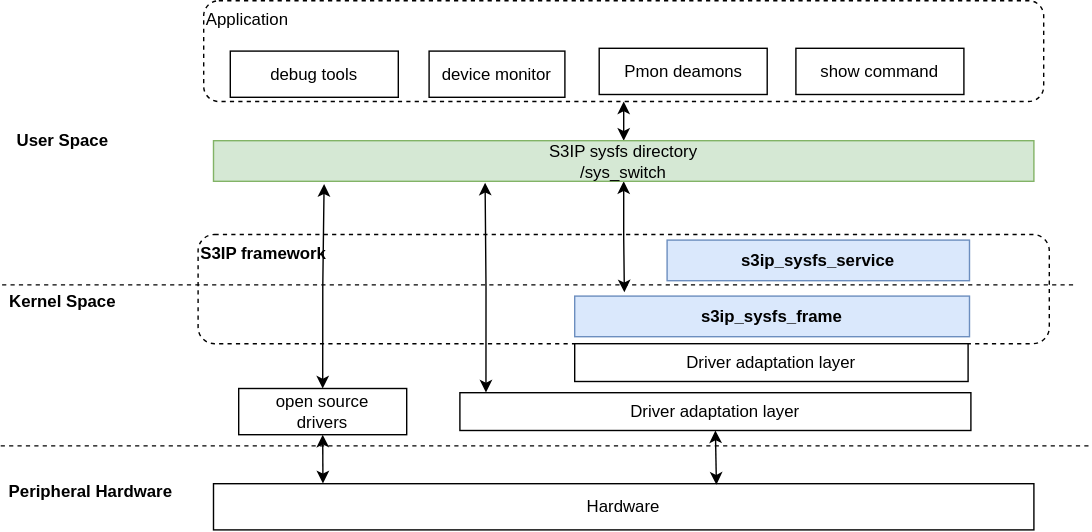
Above: images/s3ip_sysfs/s3ip_sysfs_framework_scenario.svg in sonic-net/SONiC (draw.io), before the change. Source tidied: cells renumbered, new cells last; positions are measured from the earlier drawing's top-left corner, leaving out a move shared by most shapes.
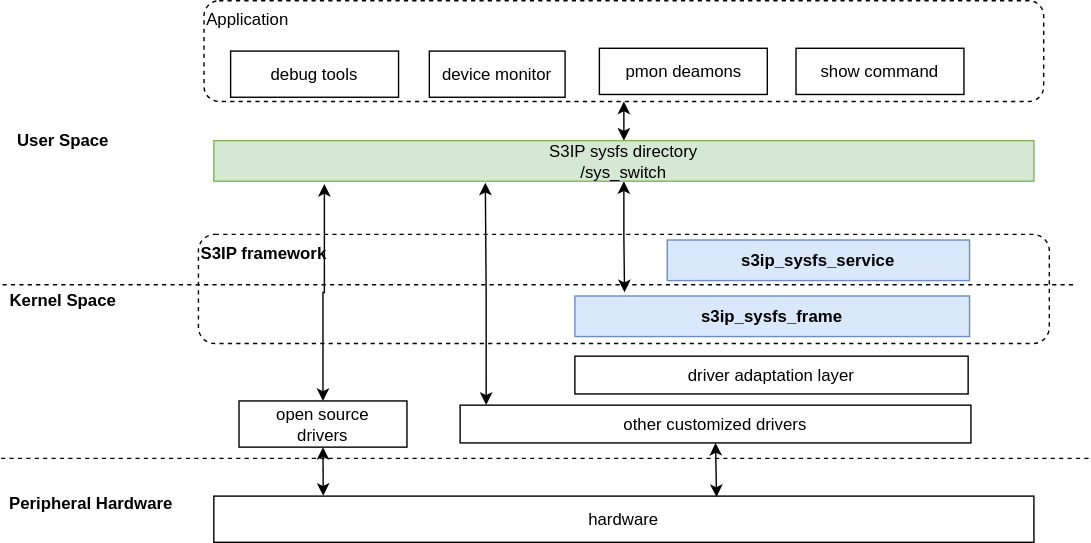
After the change.

Diff of the diagram source:
```diff
@@ -17,7 +17,7 @@
     <mxCell id="6" value="device monitor" style="rounded=0;whiteSpace=wrap;html=1;" parent="1" vertex="1">
       <mxGeometry x="306" y="36" width="97" height="33" as="geometry" />
     </mxCell>
-    <mxCell id="7" value="Pmon&amp;nbsp;deamons" style="rounded=0;whiteSpace=wrap;html=1;" parent="1" vertex="1">
+    <mxCell id="7" value="pmon&amp;nbsp;deamons" style="rounded=0;whiteSpace=wrap;html=1;" parent="1" vertex="1">
       <mxGeometry x="427.5" y="34" width="120" height="33" as="geometry" />
     </mxCell>
     <mxCell id="8" value="show&amp;nbsp;command" style="rounded=0;whiteSpace=wrap;html=1;" parent="1" vertex="1">
@@ -37,12 +37,12 @@
     </mxCell>
     <mxCell id="12" style="endArrow=none;dashed=1;html=1;rounded=0;" parent="1" edge="1">
       <mxGeometry relative="1" as="geometry">
-        <mxPoint y="318" as="sourcePoint" />
-        <mxPoint x="777" y="318" as="targetPoint" />
+        <mxPoint y="327" as="sourcePoint" />
+        <mxPoint x="777" y="327" as="targetPoint" />
       </mxGeometry>
     </mxCell>
     <mxCell id="13" value="Peripheral Hardware" style="text;html=1;align=center;verticalAlign=middle;strokeColor=none;fillColor=none;fontStyle=1;" parent="1" vertex="1">
-      <mxGeometry y="342" width="127" height="18" as="geometry" />
+      <mxGeometry y="351" width="127" height="18" as="geometry" />
     </mxCell>
     <mxCell id="14" value="s3ip_sysfs_frame" style="rounded=0;whiteSpace=wrap;html=1;fillColor=#dae8fc;strokeColor=#6c8ebf;fontStyle=1;" parent="1" vertex="1">
       <mxGeometry x="410" y="211" width="282" height="29" as="geometry" />
@@ -54,14 +54,14 @@
     </mxCell>
     <mxCell id="16" style="edgeStyle=orthogonalEdgeStyle;rounded=0;jettySize=auto;html=1;exitX=0.5;exitY=1;exitDx=0;exitDy=0;startArrow=classic;startFill=1;" parent="1" edge="1" source="17">
       <mxGeometry relative="1" as="geometry">
-        <mxPoint x="230.2" y="344.8" as="targetPoint" />
+        <mxPoint x="230.2" y="353.8" as="targetPoint" />
       </mxGeometry>
     </mxCell>
     <mxCell id="17" value="open source&lt;br&gt;drivers" style="rounded=0;whiteSpace=wrap;html=1;" parent="1" vertex="1">
-      <mxGeometry x="170" y="277" width="120" height="33" as="geometry" />
+      <mxGeometry x="170" y="286" width="120" height="33" as="geometry" />
     </mxCell>
-    <mxCell id="18" value="Driver adaptation layer" style="rounded=0;whiteSpace=wrap;html=1;" parent="1" vertex="1">
-      <mxGeometry x="410" y="245" width="281" height="27" as="geometry" />
+    <mxCell id="18" value="driver adaptation layer" style="rounded=0;whiteSpace=wrap;html=1;" parent="1" vertex="1">
+      <mxGeometry x="410" y="254" width="281" height="27" as="geometry" />
     </mxCell>
     <mxCell id="19" style="edgeStyle=orthogonalEdgeStyle;rounded=0;jettySize=auto;html=1;exitX=0.5;exitY=1;exitDx=0;exitDy=0;startArrow=classic;startFill=1;" parent="1" edge="1" source="20">
       <mxGeometry relative="1" as="geometry">
@@ -74,8 +74,8 @@
     <mxCell id="21" value="s3ip_sysfs_service" style="rounded=0;whiteSpace=wrap;html=1;fillColor=#dae8fc;strokeColor=#6c8ebf;fontStyle=1;" parent="1" vertex="1">
       <mxGeometry x="476" y="171" width="216" height="29" as="geometry" />
     </mxCell>
-    <mxCell id="22" value="Hardware" style="rounded=0;whiteSpace=wrap;html=1;" parent="1" vertex="1">
-      <mxGeometry x="152" y="345" width="586" height="33" as="geometry" />
+    <mxCell id="22" value="hardware" style="rounded=0;whiteSpace=wrap;html=1;" parent="1" vertex="1">
+      <mxGeometry x="152" y="354" width="586" height="33" as="geometry" />
     </mxCell>
     <mxCell id="23" style="edgeStyle=orthogonalEdgeStyle;rounded=0;jettySize=auto;html=1;exitX=0.5;exitY=1;exitDx=0;exitDy=0;entryX=0.613;entryY=0.021;entryDx=0;entryDy=0;entryPerimeter=0;startArrow=classic;startFill=1;" parent="1" edge="1" source="25" target="22">
       <mxGeometry relative="1" as="geometry" />
@@ -85,8 +85,8 @@
         <mxPoint x="346" y="130" as="targetPoint" />
       </mxGeometry>
     </mxCell>
-    <mxCell id="25" value="Driver adaptation layer" style="rounded=0;whiteSpace=wrap;html=1;" parent="1" vertex="1">
-      <mxGeometry x="328" y="280" width="365" height="27" as="geometry" />
+    <mxCell id="25" value="other customized drivers" style="rounded=0;whiteSpace=wrap;html=1;" parent="1" vertex="1">
+      <mxGeometry x="328" y="289" width="365" height="27" as="geometry" />
     </mxCell>
   </root>
 </mxGraphModel>
```
